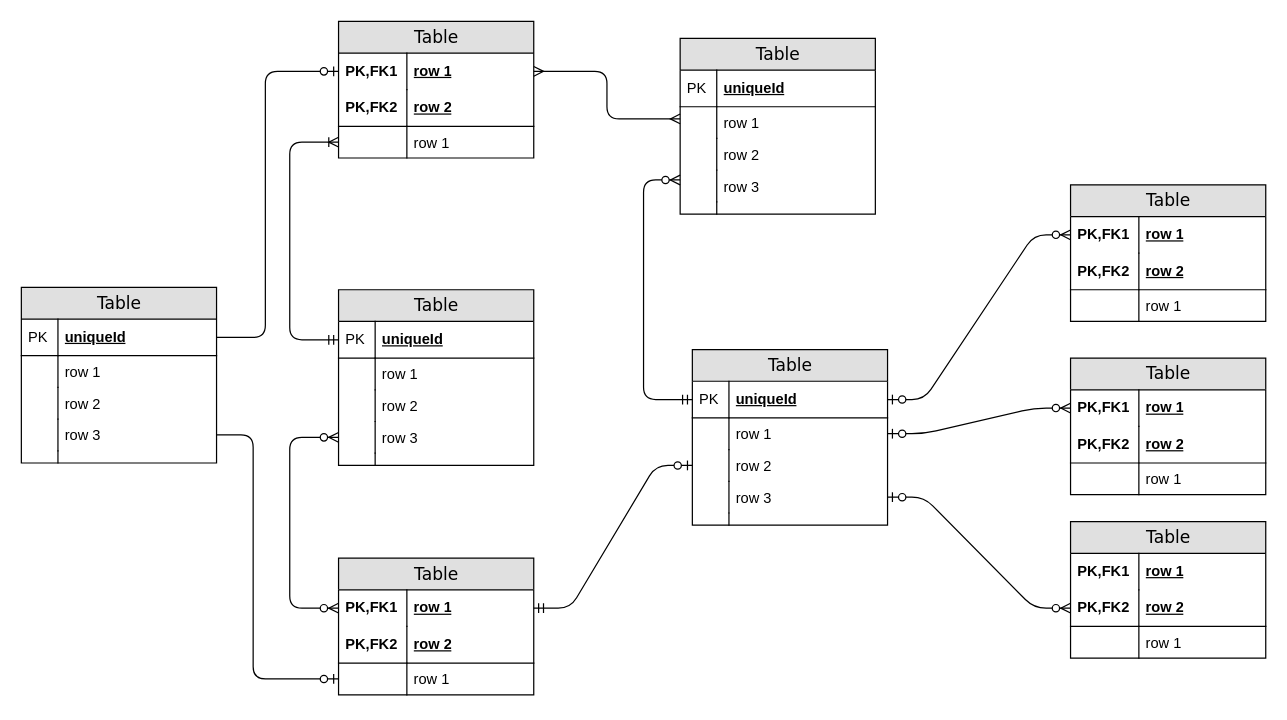
nhantruong/draw.io keeps this draw.io diagram as BIMApps.drawio. Above is the earlier version. Source tidied: cells renumbered, new cells numbered last; positions are measured from the earlier drawing's top-left corner, leaving out a move shared by most shapes. Both pictures are drawn from the tidied source at 122%, with x=0, y=0 at pixel (21, 21).
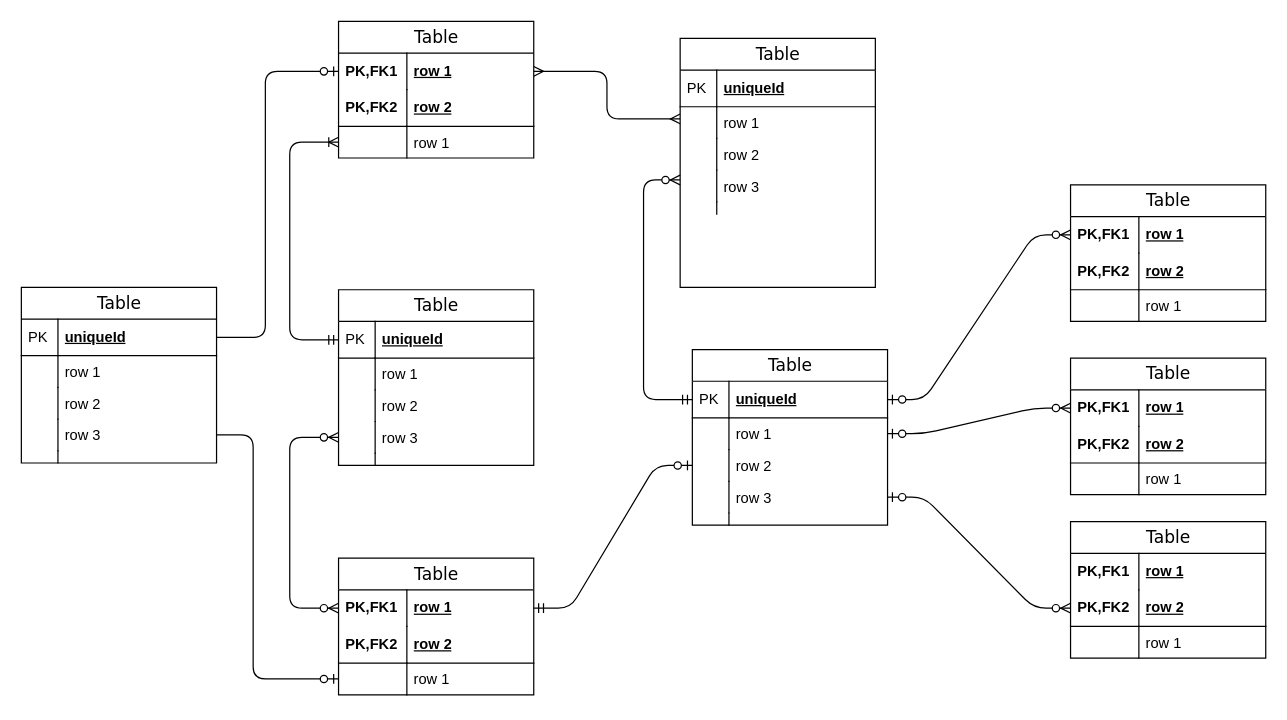
After the change.

Diff of the diagram source:
```diff
@@
-<mxGraphModel background="#ffffff">
+<mxGraphModel>
@@
-    <mxCell id="2" value="Table" style="swimlane;html=1;fontStyle=0;horizontal=1;startSize=26;fillColor=#e0e0e0;swimlaneFillColor=#ffffff;align=center;rounded=0;shadow=0;comic=0;labelBackgroundColor=none;strokeWidth=1;fontFamily=Verdana;fontSize=14;" parent="1" vertex="1">
+    <mxCell id="2" value="Table" style="swimlane;html=1;fontStyle=0;horizontal=1;startSize=26;swimlaneFillColor=#ffffff;align=center;rounded=0;shadow=0;comic=0;labelBackgroundColor=none;strokeWidth=1;fontFamily=Verdana;fontSize=14;" parent="1" vertex="1">
       <mxGeometry x="260" width="160" height="112" as="geometry" />
     </mxCell>
@@
-    <mxCell id="9" value="Table" style="swimlane;html=1;fontStyle=0;horizontal=1;startSize=26;fillColor=#e0e0e0;swimlaneFillColor=#ffffff;align=center;rounded=0;shadow=0;comic=0;labelBackgroundColor=none;strokeWidth=1;fontFamily=Verdana;fontSize=14;swimlaneLine=1;" parent="1" vertex="1">
-      <mxGeometry x="540" y="14" width="160" height="144" as="geometry" />
+    <mxCell id="9" value="Table" style="swimlane;html=1;fontStyle=0;horizontal=1;startSize=26;swimlaneFillColor=#ffffff;align=center;rounded=0;shadow=0;comic=0;labelBackgroundColor=none;strokeWidth=1;fontFamily=Verdana;fontSize=14;swimlaneLine=1;" parent="1" vertex="1">
+      <mxGeometry x="540" y="14" width="160" height="204" as="geometry" />
     </mxCell>
@@
-    <mxCell id="20" value="Table" style="swimlane;html=1;fontStyle=0;horizontal=1;startSize=26;fillColor=#e0e0e0;swimlaneFillColor=#ffffff;align=center;rounded=0;shadow=0;comic=0;labelBackgroundColor=none;strokeWidth=1;fontFamily=Verdana;fontSize=14;" parent="1" vertex="1">
+    <mxCell id="20" value="Table" style="swimlane;html=1;fontStyle=0;horizontal=1;startSize=26;swimlaneFillColor=#ffffff;align=center;rounded=0;shadow=0;comic=0;labelBackgroundColor=none;strokeWidth=1;fontFamily=Verdana;fontSize=14;" parent="1" vertex="1">
       <mxGeometry x="260" y="220" width="160" height="144" as="geometry" />
     </mxCell>
@@
-    <mxCell id="31" value="Table" style="swimlane;html=1;fontStyle=0;horizontal=1;startSize=26;fillColor=#e0e0e0;swimlaneFillColor=#ffffff;align=center;rounded=0;shadow=0;comic=0;labelBackgroundColor=none;strokeWidth=1;fontFamily=Verdana;fontSize=14;" parent="1" vertex="1">
+    <mxCell id="31" value="Table" style="swimlane;html=1;fontStyle=0;horizontal=1;startSize=26;swimlaneFillColor=#ffffff;align=center;rounded=0;shadow=0;comic=0;labelBackgroundColor=none;strokeWidth=1;fontFamily=Verdana;fontSize=14;" parent="1" vertex="1">
       <mxGeometry x="550" y="269" width="160" height="144" as="geometry" />
     </mxCell>
@@
-    <mxCell id="42" value="Table" style="swimlane;html=1;fontStyle=0;horizontal=1;startSize=26;fillColor=#e0e0e0;swimlaneFillColor=#ffffff;align=center;rounded=0;shadow=0;comic=0;labelBackgroundColor=none;strokeWidth=1;fontFamily=Verdana;fontSize=14;" parent="1" vertex="1">
+    <mxCell id="42" value="Table" style="swimlane;html=1;fontStyle=0;horizontal=1;startSize=26;swimlaneFillColor=#ffffff;align=center;rounded=0;shadow=0;comic=0;labelBackgroundColor=none;strokeWidth=1;fontFamily=Verdana;fontSize=14;" parent="1" vertex="1">
       <mxGeometry x="860" y="134" width="160" height="112" as="geometry" />
     </mxCell>
@@
-    <mxCell id="49" value="Table" style="swimlane;html=1;fontStyle=0;horizontal=1;startSize=26;fillColor=#e0e0e0;swimlaneFillColor=#ffffff;align=center;rounded=0;shadow=0;comic=0;labelBackgroundColor=none;strokeWidth=1;fontFamily=Verdana;fontSize=14;" parent="1" vertex="1">
+    <mxCell id="49" value="Table" style="swimlane;html=1;fontStyle=0;horizontal=1;startSize=26;swimlaneFillColor=#ffffff;align=center;rounded=0;shadow=0;comic=0;labelBackgroundColor=none;strokeWidth=1;fontFamily=Verdana;fontSize=14;" parent="1" vertex="1">
       <mxGeometry x="260" y="440" width="160" height="112" as="geometry" />
     </mxCell>
@@
-    <mxCell id="62" value="Table" style="swimlane;html=1;fontStyle=0;horizontal=1;startSize=26;fillColor=#e0e0e0;swimlaneFillColor=#ffffff;align=center;rounded=0;shadow=0;comic=0;labelBackgroundColor=none;strokeWidth=1;fontFamily=Verdana;fontSize=14;" parent="1" vertex="1">
+    <mxCell id="62" value="Table" style="swimlane;html=1;fontStyle=0;horizontal=1;startSize=26;swimlaneFillColor=#ffffff;align=center;rounded=0;shadow=0;comic=0;labelBackgroundColor=none;strokeWidth=1;fontFamily=Verdana;fontSize=14;" parent="1" vertex="1">
       <mxGeometry x="860" y="276" width="160" height="112" as="geometry" />
     </mxCell>
@@
-    <mxCell id="69" value="Table" style="swimlane;html=1;fontStyle=0;horizontal=1;startSize=26;fillColor=#e0e0e0;swimlaneFillColor=#ffffff;align=center;rounded=0;shadow=0;comic=0;labelBackgroundColor=none;strokeWidth=1;fontFamily=Verdana;fontSize=14;" parent="1" vertex="1">
+    <mxCell id="69" value="Table" style="swimlane;html=1;fontStyle=0;horizontal=1;startSize=26;swimlaneFillColor=#ffffff;align=center;rounded=0;shadow=0;comic=0;labelBackgroundColor=none;strokeWidth=1;fontFamily=Verdana;fontSize=14;" parent="1" vertex="1">
       <mxGeometry x="860" y="410" width="160" height="112" as="geometry" />
     </mxCell>
@@
-    <mxCell id="78" value="Table" style="swimlane;html=1;fontStyle=0;horizontal=1;startSize=26;fillColor=#e0e0e0;swimlaneFillColor=#ffffff;align=center;rounded=0;shadow=0;comic=0;labelBackgroundColor=none;strokeWidth=1;fontFamily=Verdana;fontSize=14;" parent="1" vertex="1">
+    <mxCell id="78" value="Table" style="swimlane;html=1;fontStyle=0;horizontal=1;startSize=26;swimlaneFillColor=#ffffff;align=center;rounded=0;shadow=0;comic=0;labelBackgroundColor=none;strokeWidth=1;fontFamily=Verdana;fontSize=14;" parent="1" vertex="1">
       <mxGeometry y="218" width="160" height="144" as="geometry" />
     </mxCell>
```
